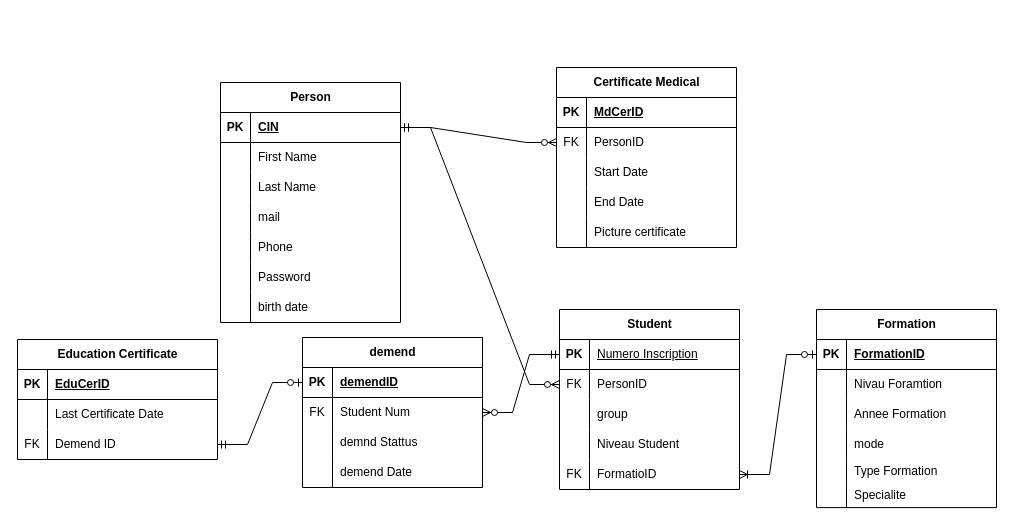
Before: reletional schema CertifyEase.drawio in ZakariaHarouach/CertifyEase, a draw.io diagram. Source tidied: cells renumbered, new cells numbered last; positions are measured from the earlier drawing's top-left corner, leaving out a move shared by most shapes. Both pictures are drawn from the tidied source at 100%, with x=0, y=0 at pixel (17, 67).
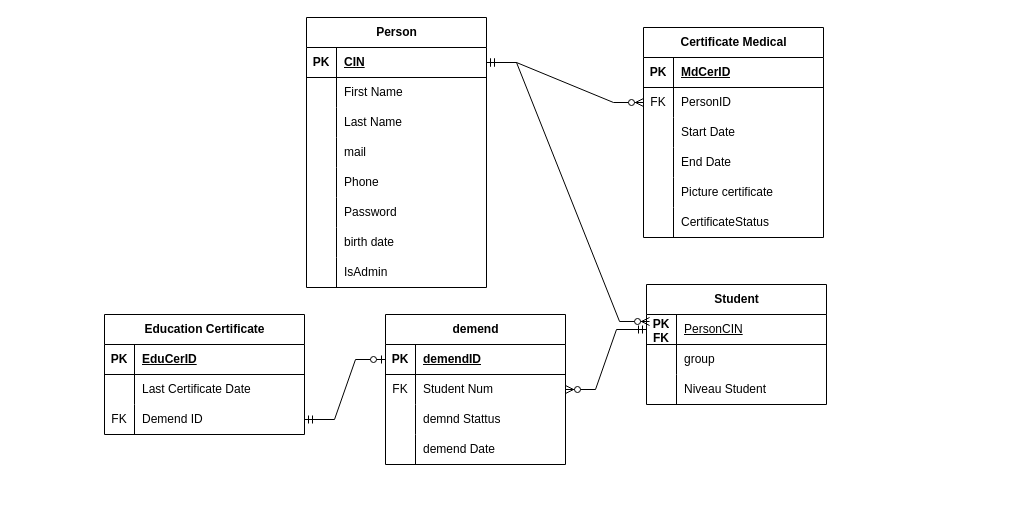
The same diagram, later.

Commit message:
reletional schema of our data base.drawio

The change refers to these unchanged cells:
```xml
<mxCell id="3" style="shape=tableRow;horizontal=0;startSize=0;swimlaneHead=0;swimlaneBody=0;fillColor=none;points=[[0,0.5],[1,0.5]];portConstraint=eastwest;top=0;left=0;right=0;bottom=1;" parent="2" vertex="1">
  <mxGeometry y="30" width="180" height="30" as="geometry" />
</mxCell>
<mxCell id="53" style="shape=tableRow;horizontal=0;startSize=0;swimlaneHead=0;swimlaneBody=0;fillColor=none;points=[[0,0.5],[1,0.5]];portConstraint=eastwest;top=0;left=0;right=0;bottom=1;" parent="52" vertex="1">
  <mxGeometry y="30" width="180" height="30" as="geometry" />
</mxCell>
<mxCell id="93" style="shape=tableRow;horizontal=0;startSize=0;swimlaneHead=0;swimlaneBody=0;fillColor=none;points=[[0,0.5],[1,0.5]];portConstraint=eastwest;top=0;left=0;right=0;bottom=0;" parent="89" vertex="1">
  <mxGeometry y="60" width="180" height="30" as="geometry" />
</mxCell>
```

What changed in the source:
```diff
@@
     <mxCell id="2" value="Person" style="shape=table;startSize=30;childLayout=tableLayout;rowLines=0;fontStyle=1;align=center;html=1;" parent="1" vertex="1">
-      <mxGeometry x="203" y="15" width="180" height="240" as="geometry" />
+      <mxGeometry x="289" y="-50" width="180" height="270" as="geometry" />
     </mxCell>
@@
+    <mxCell id="103" style="shape=tableRow;horizontal=0;startSize=0;swimlaneHead=0;swimlaneBody=0;fillColor=none;top=0;left=0;right=0;bottom=0;" parent="2" vertex="1">
+      <mxGeometry y="210" width="180" height="30" as="geometry" />
+    </mxCell>
+    <mxCell id="104" style="shape=partialRectangle;fillColor=none;top=0;left=0;bottom=0;right=0;overflow=hidden;whiteSpace=wrap;html=1;" parent="103" vertex="1">
+      <mxGeometry width="30" height="30" as="geometry" />
+    </mxCell>
+    <mxCell id="105" value="birth date" style="shape=partialRectangle;fillColor=none;top=0;left=0;bottom=0;right=0;align=left;spacingLeft=6;overflow=hidden;whiteSpace=wrap;html=1;" parent="103" vertex="1">
+      <mxGeometry x="30" width="150" height="30" as="geometry" />
+    </mxCell>
     <mxCell id="21" style="shape=tableRow;horizontal=0;startSize=0;swimlaneHead=0;swimlaneBody=0;fillColor=none;top=0;left=0;right=0;bottom=0;" parent="2" vertex="1">
-      <mxGeometry y="210" width="180" height="30" as="geometry" />
+      <mxGeometry y="240" width="180" height="30" as="geometry" />
     </mxCell>
@@
-    <mxCell id="23" value="birth date" style="shape=partialRectangle;fillColor=none;top=0;left=0;bottom=0;right=0;align=left;spacingLeft=6;overflow=hidden;whiteSpace=wrap;html=1;" parent="21" vertex="1">
+    <mxCell id="23" value="IsAdmin" style="shape=partialRectangle;fillColor=none;top=0;left=0;bottom=0;right=0;align=left;spacingLeft=6;overflow=hidden;whiteSpace=wrap;html=1;" parent="21" vertex="1">
       <mxGeometry x="30" width="150" height="30" as="geometry" />
     </mxCell>
     <mxCell id="24" value="Certificate Medical" style="shape=table;startSize=30;childLayout=tableLayout;rowLines=0;fontStyle=1;align=center;html=1;" parent="1" vertex="1">
-      <mxGeometry x="539" width="180" height="180" as="geometry" />
+      <mxGeometry x="626" y="-40" width="180" height="210" as="geometry" />
     </mxCell>
@@
+    <mxCell id="106" style="shape=tableRow;horizontal=0;startSize=0;swimlaneHead=0;swimlaneBody=0;fillColor=none;top=0;left=0;right=0;bottom=0;" parent="24" vertex="1">
+      <mxGeometry y="180" width="180" height="30" as="geometry" />
+    </mxCell>
+    <mxCell id="107" style="shape=partialRectangle;fillColor=none;top=0;left=0;bottom=0;right=0;overflow=hidden;whiteSpace=wrap;html=1;" parent="106" vertex="1">
+      <mxGeometry width="30" height="30" as="geometry" />
+    </mxCell>
+    <mxCell id="108" value="CertificateStatus" style="shape=partialRectangle;fillColor=none;top=0;left=0;bottom=0;right=0;align=left;spacingLeft=6;overflow=hidden;whiteSpace=wrap;html=1;" parent="106" vertex="1">
+      <mxGeometry x="30" width="150" height="30" as="geometry" />
+    </mxCell>
@@
     <mxCell id="41" value="Education Certificate" style="shape=table;startSize=30;childLayout=tableLayout;rowLines=0;fontStyle=1;align=center;html=1;" parent="1" vertex="1">
-      <mxGeometry y="272" width="200" height="120" as="geometry" />
+      <mxGeometry x="87" y="247" width="200" height="120" as="geometry" />
     </mxCell>
@@
-    <mxCell id="51" style="edgeStyle=entityRelationEdgeStyle;fontSize=12;html=1;endArrow=ERzeroToMany;startArrow=ERmandOne;rounded=0;exitX=0;exitY=0.5;exitDx=0;exitDy=0;entryX=1;entryY=0.5;entryDx=0;entryDy=0;" parent="1" edge="1" source="53" target="93">
+    <mxCell id="51" style="edgeStyle=entityRelationEdgeStyle;fontSize=12;html=1;endArrow=ERzeroToMany;startArrow=ERmandOne;rounded=0;exitX=0;exitY=0.5;exitDx=0;exitDy=0;entryX=1;entryY=0.5;entryDx=0;entryDy=0;exitPerimeter=0;" parent="1" edge="1" source="53" target="93">
       <mxGeometry relative="1" as="geometry" />
     </mxCell>
     <mxCell id="52" value="Student" style="shape=table;startSize=30;childLayout=tableLayout;rowLines=0;fontStyle=1;align=center;html=1;" parent="1" vertex="1">
-      <mxGeometry x="542" y="242" width="180" height="180" as="geometry" />
+      <mxGeometry x="629" y="217" width="180" height="120" as="geometry" />
     </mxCell>
@@
-    <mxCell id="54" value="PK" style="shape=partialRectangle;fillColor=none;top=0;left=0;bottom=0;right=0;fontStyle=1;overflow=hidden;whiteSpace=wrap;html=1;" parent="53" vertex="1">
+    <mxCell id="54" value="PK&lt;div&gt;FK&lt;/div&gt;" style="shape=partialRectangle;fillColor=none;top=0;left=0;bottom=0;right=0;fontStyle=1;overflow=hidden;whiteSpace=wrap;html=1;" parent="53" vertex="1">
       <mxGeometry width="30" height="30" as="geometry" />
     </mxCell>
-    <mxCell id="55" value="&lt;span style=&quot;font-weight: 400;&quot;&gt;Numero Inscription&lt;/span&gt;" style="shape=partialRectangle;fillColor=none;top=0;left=0;bottom=0;right=0;align=left;spacingLeft=6;fontStyle=5;overflow=hidden;whiteSpace=wrap;html=1;" parent="53" vertex="1">
+    <mxCell id="55" value="&lt;span style=&quot;font-weight: 400;&quot;&gt;PersonCIN&lt;/span&gt;" style="shape=partialRectangle;fillColor=none;top=0;left=0;bottom=0;right=0;align=left;spacingLeft=6;fontStyle=5;overflow=hidden;whiteSpace=wrap;html=1;" parent="53" vertex="1">
       <mxGeometry x="30" width="150" height="30" as="geometry" />
     </mxCell>
-    <mxCell id="56" style="shape=tableRow;horizontal=0;startSize=0;swimlaneHead=0;swimlaneBody=0;fillColor=none;points=[[0,0.5],[1,0.5]];portConstraint=eastwest;top=0;left=0;right=0;bottom=0;" parent="52" vertex="1">
-      <mxGeometry y="60" width="180" height="30" as="geometry" />
-    </mxCell>
-    <mxCell id="57" value="FK" style="shape=partialRectangle;fillColor=none;top=0;left=0;bottom=0;right=0;overflow=hidden;whiteSpace=wrap;html=1;" parent="56" vertex="1">
-      <mxGeometry width="30" height="30" as="geometry" />
-    </mxCell>
-    <mxCell id="58" value="PersonID" style="shape=partialRectangle;fillColor=none;top=0;left=0;bottom=0;right=0;align=left;spacingLeft=6;overflow=hidden;whiteSpace=wrap;html=1;" parent="56" vertex="1">
-      <mxGeometry x="30" width="150" height="30" as="geometry" />
-    </mxCell>
     <mxCell id="59" style="shape=tableRow;horizontal=0;startSize=0;swimlaneHead=0;swimlaneBody=0;fillColor=none;top=0;left=0;right=0;bottom=0;" parent="52" vertex="1">
-      <mxGeometry y="90" width="180" height="30" as="geometry" />
+      <mxGeometry y="60" width="180" height="30" as="geometry" />
     </mxCell>
@@
     <mxCell id="62" style="shape=tableRow;horizontal=0;startSize=0;swimlaneHead=0;swimlaneBody=0;fillColor=none;top=0;left=0;right=0;bottom=0;" parent="52" vertex="1">
-      <mxGeometry y="120" width="180" height="30" as="geometry" />
+      <mxGeometry y="90" width="180" height="30" as="geometry" />
     </mxCell>
@@
-    <mxCell id="65" style="shape=tableRow;horizontal=0;startSize=0;swimlaneHead=0;swimlaneBody=0;fillColor=none;points=[[0,0.5],[1,0.5]];portConstraint=eastwest;top=0;left=0;right=0;bottom=0;" parent="52" vertex="1">
-      <mxGeometry y="150" width="180" height="30" as="geometry" />
-    </mxCell>
-    <mxCell id="66" value="FK" style="shape=partialRectangle;fillColor=none;top=0;left=0;bottom=0;right=0;overflow=hidden;whiteSpace=wrap;html=1;" parent="65" vertex="1">
-      <mxGeometry width="30" height="30" as="geometry" />
-    </mxCell>
-    <mxCell id="67" value="FormatioID" style="shape=partialRectangle;fillColor=none;top=0;left=0;bottom=0;right=0;align=left;spacingLeft=6;overflow=hidden;whiteSpace=wrap;html=1;" parent="65" vertex="1">
-      <mxGeometry x="30" width="150" height="30" as="geometry" />
-    </mxCell>
-    <mxCell id="68" style="edgeStyle=entityRelationEdgeStyle;fontSize=12;html=1;endArrow=ERzeroToMany;startArrow=ERmandOne;rounded=0;entryX=0;entryY=0.5;entryDx=0;entryDy=0;exitX=1;exitY=0.5;exitDx=0;exitDy=0;" parent="1" edge="1" source="3" target="56">
+    <mxCell id="68" style="edgeStyle=entityRelationEdgeStyle;fontSize=12;html=1;endArrow=ERzeroToMany;startArrow=ERmandOne;rounded=0;entryX=0.017;entryY=0.233;entryDx=0;entryDy=0;exitX=1;exitY=0.5;exitDx=0;exitDy=0;entryPerimeter=0;" parent="1" edge="1" source="3" target="53">
       <mxGeometry relative="1" as="geometry" />
     </mxCell>
-    <mxCell id="69" value="Formation" style="shape=table;startSize=30;childLayout=tableLayout;rowLines=0;fontStyle=1;align=center;html=1;" parent="1" vertex="1">
-      <mxGeometry x="799" y="242" width="180" height="198.1" as="geometry" />
-    </mxCell>
-    <mxCell id="70" style="shape=tableRow;horizontal=0;startSize=0;swimlaneHead=0;swimlaneBody=0;fillColor=none;points=[[0,0.5],[1,0.5]];portConstraint=eastwest;top=0;left=0;right=0;bottom=1;" parent="69" vertex="1">
-      <mxGeometry y="30" width="180" height="30" as="geometry" />
-    </mxCell>
-    <mxCell id="71" value="PK" style="shape=partialRectangle;fillColor=none;top=0;left=0;bottom=0;right=0;fontStyle=1;overflow=hidden;whiteSpace=wrap;html=1;" parent="70" vertex="1">
-      <mxGeometry width="30" height="30" as="geometry" />
-    </mxCell>
-    <mxCell id="72" value="FormationID" style="shape=partialRectangle;fillColor=none;top=0;left=0;bottom=0;right=0;align=left;spacingLeft=6;fontStyle=5;overflow=hidden;whiteSpace=wrap;html=1;" parent="70" vertex="1">
-      <mxGeometry x="30" width="150" height="30" as="geometry" />
-    </mxCell>
-    <mxCell id="73" style="shape=tableRow;horizontal=0;startSize=0;swimlaneHead=0;swimlaneBody=0;fillColor=none;top=0;left=0;right=0;bottom=0;" parent="69" vertex="1">
-      <mxGeometry y="60" width="180" height="30" as="geometry" />
-    </mxCell>
-    <mxCell id="74" style="shape=partialRectangle;fillColor=none;top=0;left=0;bottom=0;right=0;overflow=hidden;whiteSpace=wrap;html=1;" parent="73" vertex="1">
-      <mxGeometry width="30" height="30" as="geometry" />
-    </mxCell>
-    <mxCell id="75" value="Nivau Foramtion" style="shape=partialRectangle;fillColor=none;top=0;left=0;bottom=0;right=0;align=left;spacingLeft=6;overflow=hidden;whiteSpace=wrap;html=1;" parent="73" vertex="1">
-      <mxGeometry x="30" width="150" height="30" as="geometry" />
-    </mxCell>
-    <mxCell id="76" style="shape=tableRow;horizontal=0;startSize=0;swimlaneHead=0;swimlaneBody=0;fillColor=none;top=0;left=0;right=0;bottom=0;" parent="69" vertex="1">
-      <mxGeometry y="90" width="180" height="30" as="geometry" />
-    </mxCell>
-    <mxCell id="77" style="shape=partialRectangle;fillColor=none;top=0;left=0;bottom=0;right=0;overflow=hidden;whiteSpace=wrap;html=1;" parent="76" vertex="1">
-      <mxGeometry width="30" height="30" as="geometry" />
-    </mxCell>
-    <mxCell id="78" value="Annee Formation" style="shape=partialRectangle;fillColor=none;top=0;left=0;bottom=0;right=0;align=left;spacingLeft=6;overflow=hidden;whiteSpace=wrap;html=1;" parent="76" vertex="1">
-      <mxGeometry x="30" width="150" height="30" as="geometry" />
-    </mxCell>
-    <mxCell id="79" style="shape=tableRow;horizontal=0;startSize=0;swimlaneHead=0;swimlaneBody=0;fillColor=none;top=0;left=0;right=0;bottom=0;" parent="69" vertex="1">
-      <mxGeometry y="120" width="180" height="30" as="geometry" />
-    </mxCell>
-    <mxCell id="80" style="shape=partialRectangle;fillColor=none;top=0;left=0;bottom=0;right=0;overflow=hidden;whiteSpace=wrap;html=1;" parent="79" vertex="1">
-      <mxGeometry width="30" height="30" as="geometry" />
-    </mxCell>
-    <mxCell id="81" value="mode" style="shape=partialRectangle;fillColor=none;top=0;left=0;bottom=0;right=0;align=left;spacingLeft=6;overflow=hidden;whiteSpace=wrap;html=1;" parent="79" vertex="1">
-      <mxGeometry x="30" width="150" height="30" as="geometry" />
-    </mxCell>
-    <mxCell id="82" style="shape=tableRow;horizontal=0;startSize=0;swimlaneHead=0;swimlaneBody=0;fillColor=none;top=0;left=0;right=0;bottom=0;" parent="69" vertex="1">
-      <mxGeometry y="150" width="180" height="24" as="geometry" />
-    </mxCell>
-    <mxCell id="83" style="shape=partialRectangle;fillColor=none;top=0;left=0;bottom=0;right=0;overflow=hidden;whiteSpace=wrap;html=1;" parent="82" vertex="1">
-      <mxGeometry width="30" height="24" as="geometry" />
-    </mxCell>
-    <mxCell id="84" value="Type Formation" style="shape=partialRectangle;fillColor=none;top=0;left=0;bottom=0;right=0;align=left;spacingLeft=6;overflow=hidden;whiteSpace=wrap;html=1;" parent="82" vertex="1">
-      <mxGeometry x="30" width="150" height="24" as="geometry" />
-    </mxCell>
-    <mxCell id="85" style="shape=tableRow;horizontal=0;startSize=0;swimlaneHead=0;swimlaneBody=0;fillColor=none;top=0;left=0;right=0;bottom=0;" parent="69" vertex="1">
-      <mxGeometry y="174" width="180" height="24" as="geometry" />
-    </mxCell>
-    <mxCell id="86" style="shape=partialRectangle;fillColor=none;top=0;left=0;bottom=0;right=0;overflow=hidden;whiteSpace=wrap;html=1;" parent="85" vertex="1">
-      <mxGeometry width="30" height="24" as="geometry" />
-    </mxCell>
-    <mxCell id="87" value="Specialite" style="shape=partialRectangle;fillColor=none;top=0;left=0;bottom=0;right=0;align=left;spacingLeft=6;overflow=hidden;whiteSpace=wrap;html=1;" parent="85" vertex="1">
-      <mxGeometry x="30" width="150" height="24" as="geometry" />
-    </mxCell>
-    <mxCell id="88" style="edgeStyle=entityRelationEdgeStyle;fontSize=12;html=1;endArrow=ERoneToMany;startArrow=ERzeroToOne;rounded=0;exitX=0;exitY=0.5;exitDx=0;exitDy=0;" parent="1" edge="1" source="70" target="65">
-      <mxGeometry relative="1" as="geometry" />
-    </mxCell>
     <mxCell id="89" value="demend" style="shape=table;startSize=30;childLayout=tableLayout;rowLines=0;fontStyle=1;align=center;html=1;" parent="1" vertex="1">
-      <mxGeometry x="285" y="270" width="180" height="150" as="geometry" />
+      <mxGeometry x="368" y="247" width="180" height="150" as="geometry" />
     </mxCell>
```
